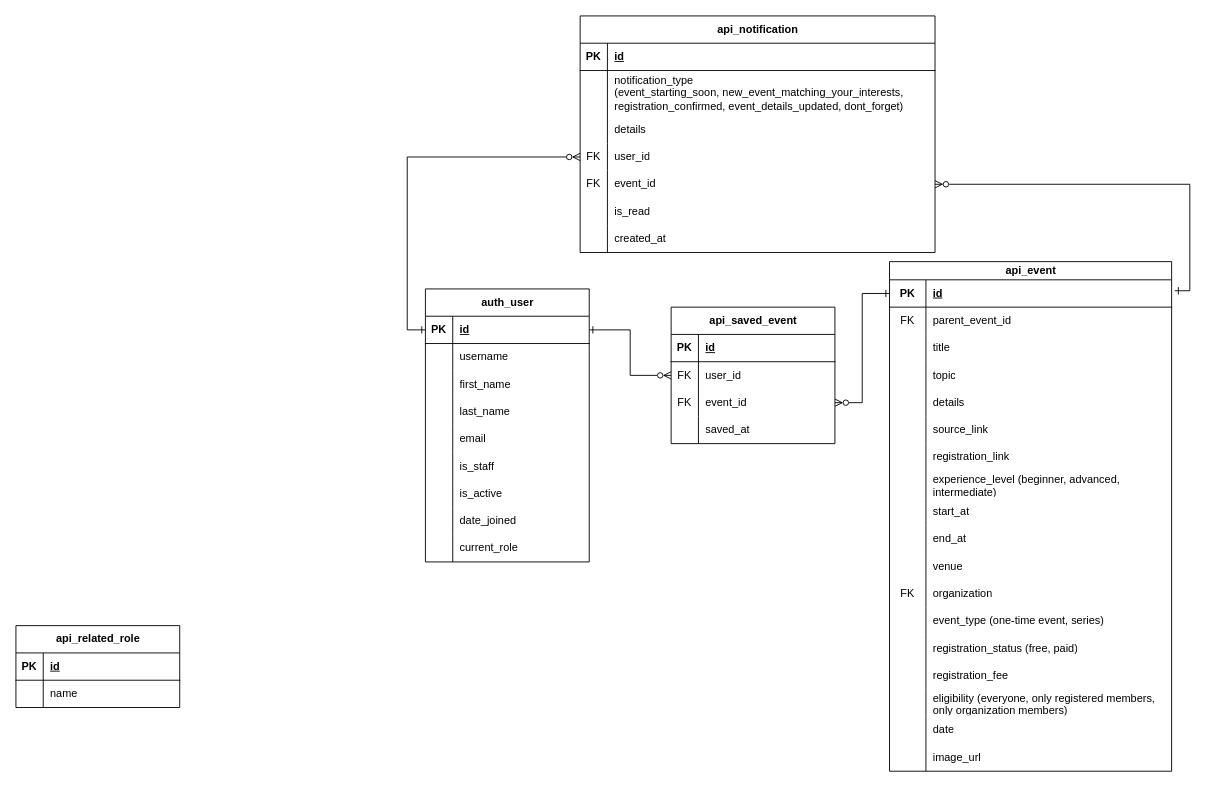
The draw.io diagram page "User" (2 of 3) of 2Gether.drawio in RHILIUS/drawio, before the edit. Source tidied: cells renumbered, new cells numbered last; positions are measured from the earlier drawing's top-left corner, leaving out a move shared by most shapes. Both pictures are drawn from the tidied source at 91%, with x=0, y=0 at pixel (15, 15).
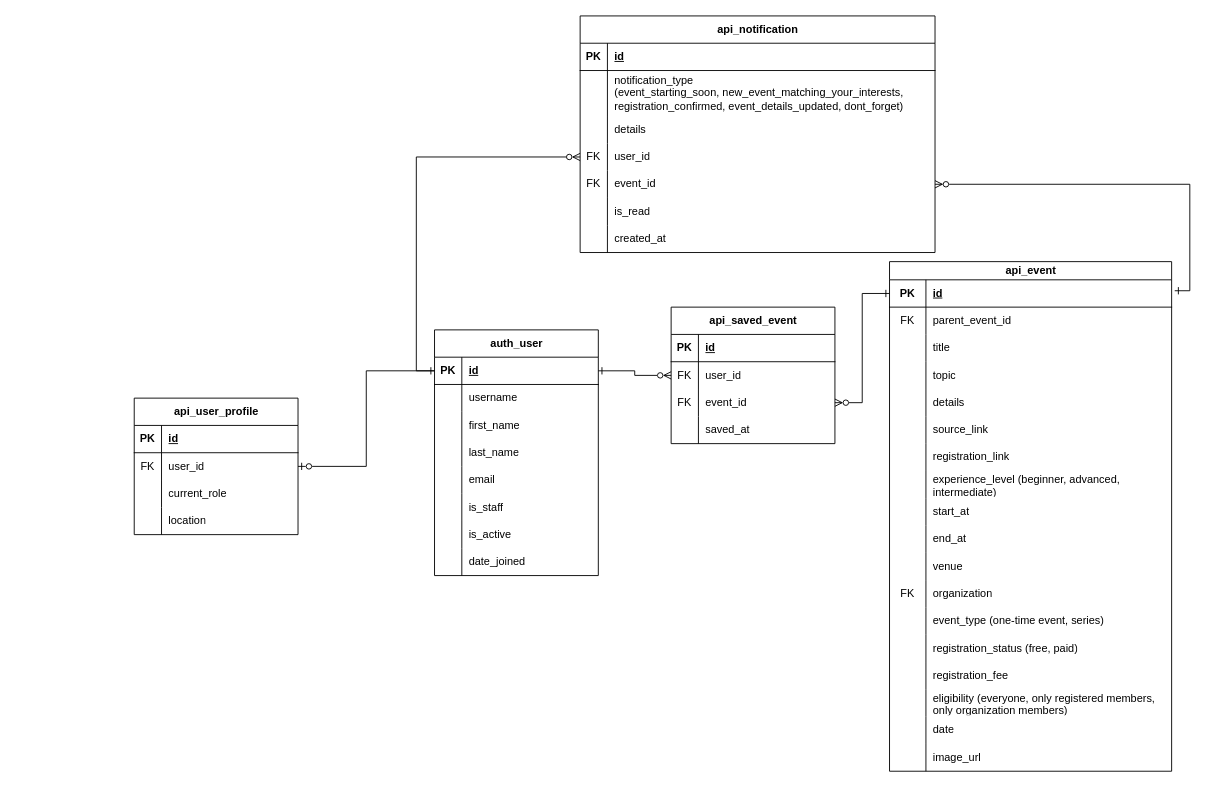
Above is the later version.

Commit message:
add user profile

Unchanged cells that the change refers to:
```xml
<mxCell id="3" style="shape=tableRow;horizontal=0;startSize=0;swimlaneHead=0;swimlaneBody=0;fillColor=none;points=[[0,0.5],[1,0.5]];portConstraint=eastwest;top=0;left=0;right=0;bottom=1;" parent="2" vertex="1">
  <mxGeometry y="30" width="180" height="30" as="geometry" />
</mxCell>
<mxCell id="128" style="shape=tableRow;horizontal=0;startSize=0;swimlaneHead=0;swimlaneBody=0;fillColor=none;points=[[0,0.5],[1,0.5]];portConstraint=eastwest;top=0;left=0;right=0;bottom=0;" parent="124" vertex="1">
  <mxGeometry y="60" width="180" height="30" as="geometry" />
</mxCell>
```

What changed in the source:
```diff
@@
     <mxCell id="2" value="auth_user" style="shape=table;startSize=30;childLayout=tableLayout;rowLines=0;fontStyle=1;align=center;html=1;" parent="1" vertex="1">
-      <mxGeometry x="450" y="300" width="180" height="300" as="geometry" />
+      <mxGeometry x="460" y="345" width="180" height="270" as="geometry" />
     </mxCell>
@@
-    <mxCell id="27" style="shape=tableRow;horizontal=0;startSize=0;swimlaneHead=0;swimlaneBody=0;fillColor=none;top=0;left=0;right=0;bottom=0;" parent="2" vertex="1">
-      <mxGeometry y="270" width="180" height="30" as="geometry" />
-    </mxCell>
-    <mxCell id="28" style="shape=partialRectangle;fillColor=none;top=0;left=0;bottom=0;right=0;overflow=hidden;whiteSpace=wrap;html=1;" parent="27" vertex="1">
-      <mxGeometry width="30" height="30" as="geometry" />
-    </mxCell>
-    <mxCell id="29" value="current_role" style="shape=partialRectangle;fillColor=none;top=0;left=0;bottom=0;right=0;align=left;spacingLeft=6;overflow=hidden;whiteSpace=wrap;html=1;" parent="27" vertex="1">
-      <mxGeometry x="30" width="150" height="30" as="geometry" />
-    </mxCell>
@@
-    <mxCell id="124" value="api_related_role" style="shape=table;startSize=30;childLayout=tableLayout;rowLines=0;fontStyle=1;align=center;html=1;" parent="1" vertex="1">
-      <mxGeometry y="670" width="180" height="90" as="geometry" />
+    <mxCell id="124" value="api_user_profile" style="shape=table;startSize=30;childLayout=tableLayout;rowLines=0;fontStyle=1;align=center;html=1;" parent="1" vertex="1">
+      <mxGeometry x="130" y="420" width="180" height="150" as="geometry" />
     </mxCell>
@@
-    <mxCell id="129" style="shape=partialRectangle;fillColor=none;top=0;left=0;bottom=0;right=0;overflow=hidden;whiteSpace=wrap;html=1;" parent="128" vertex="1">
+    <mxCell id="129" value="FK" style="shape=partialRectangle;fillColor=none;top=0;left=0;bottom=0;right=0;overflow=hidden;whiteSpace=wrap;html=1;" parent="128" vertex="1">
       <mxGeometry width="30" height="30" as="geometry" />
     </mxCell>
-    <mxCell id="130" value="name" style="shape=partialRectangle;fillColor=none;top=0;left=0;bottom=0;right=0;align=left;spacingLeft=6;overflow=hidden;whiteSpace=wrap;html=1;" parent="128" vertex="1">
+    <mxCell id="130" value="user_id" style="shape=partialRectangle;fillColor=none;top=0;left=0;bottom=0;right=0;align=left;spacingLeft=6;overflow=hidden;whiteSpace=wrap;html=1;" parent="128" vertex="1">
       <mxGeometry x="30" width="150" height="30" as="geometry" />
     </mxCell>
+    <mxCell id="131" style="shape=tableRow;horizontal=0;startSize=0;swimlaneHead=0;swimlaneBody=0;fillColor=none;top=0;left=0;right=0;bottom=0;" parent="124" vertex="1">
+      <mxGeometry y="90" width="180" height="30" as="geometry" />
+    </mxCell>
+    <mxCell id="132" style="shape=partialRectangle;fillColor=none;top=0;left=0;bottom=0;right=0;overflow=hidden;whiteSpace=wrap;html=1;" parent="131" vertex="1">
+      <mxGeometry width="30" height="30" as="geometry" />
+    </mxCell>
+    <mxCell id="29" value="current_role" style="shape=partialRectangle;fillColor=none;top=0;left=0;bottom=0;right=0;align=left;spacingLeft=6;overflow=hidden;whiteSpace=wrap;html=1;" parent="131" vertex="1">
+      <mxGeometry x="30" width="150" height="30" as="geometry" />
+    </mxCell>
+    <mxCell id="133" style="shape=tableRow;horizontal=0;startSize=0;swimlaneHead=0;swimlaneBody=0;fillColor=none;top=0;left=0;right=0;bottom=0;" parent="124" vertex="1">
+      <mxGeometry y="120" width="180" height="30" as="geometry" />
+    </mxCell>
+    <mxCell id="134" style="shape=partialRectangle;fillColor=none;top=0;left=0;bottom=0;right=0;overflow=hidden;whiteSpace=wrap;html=1;" parent="133" vertex="1">
+      <mxGeometry width="30" height="30" as="geometry" />
+    </mxCell>
+    <mxCell id="135" value="location" style="shape=partialRectangle;fillColor=none;top=0;left=0;bottom=0;right=0;align=left;spacingLeft=6;overflow=hidden;whiteSpace=wrap;html=1;" parent="133" vertex="1">
+      <mxGeometry x="30" width="150" height="30" as="geometry" />
+    </mxCell>
+    <mxCell id="136" style="edgeStyle=orthogonalEdgeStyle;rounded=0;jettySize=auto;html=1;entryX=1;entryY=0.5;entryDx=0;entryDy=0;endArrow=ERzeroToOne;endFill=0;" parent="1" edge="1" source="3" target="128">
+      <mxGeometry relative="1" as="geometry" />
+    </mxCell>
```
